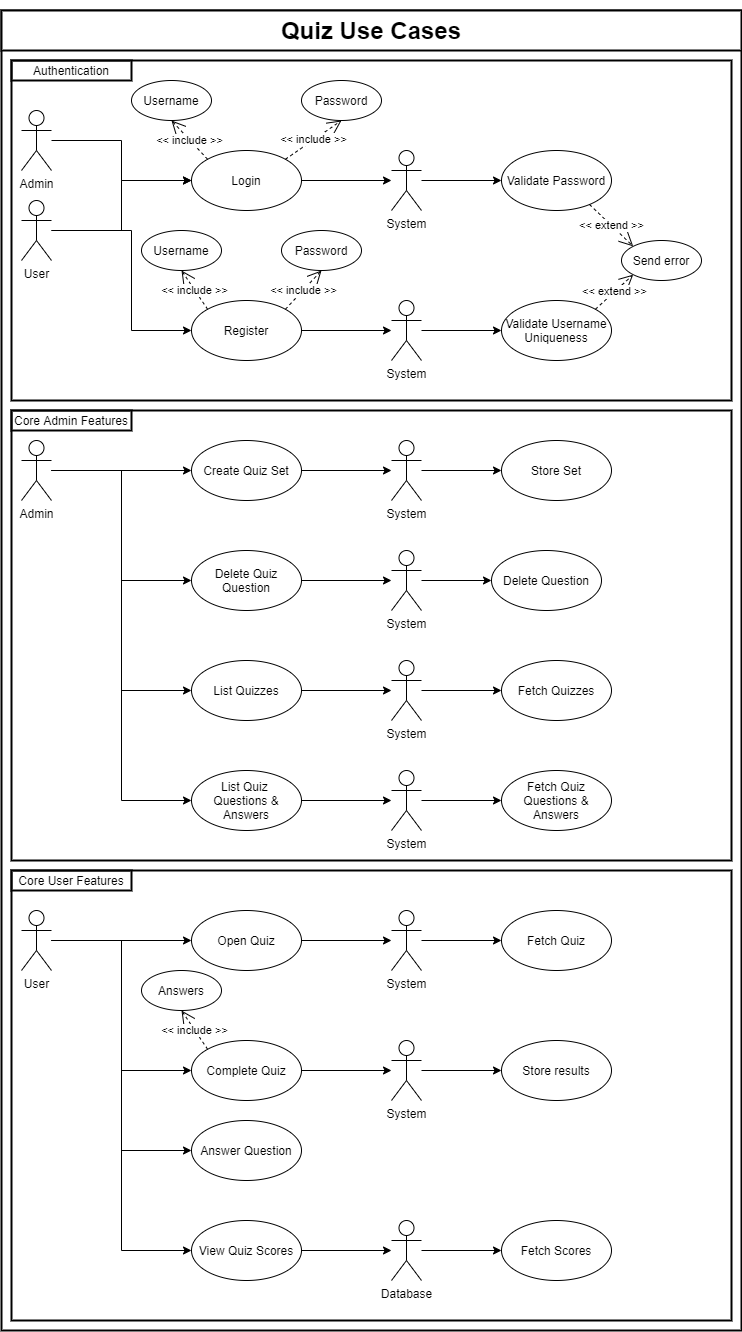
FrazzIe/ip3_coursework keeps this draw.io diagram as documentation/use case diagram.png. Above is the earlier version. Source tidied: cells renumbered, new cells last; positions are measured from the earlier drawing's top-left corner, leaving out a move shared by most shapes.
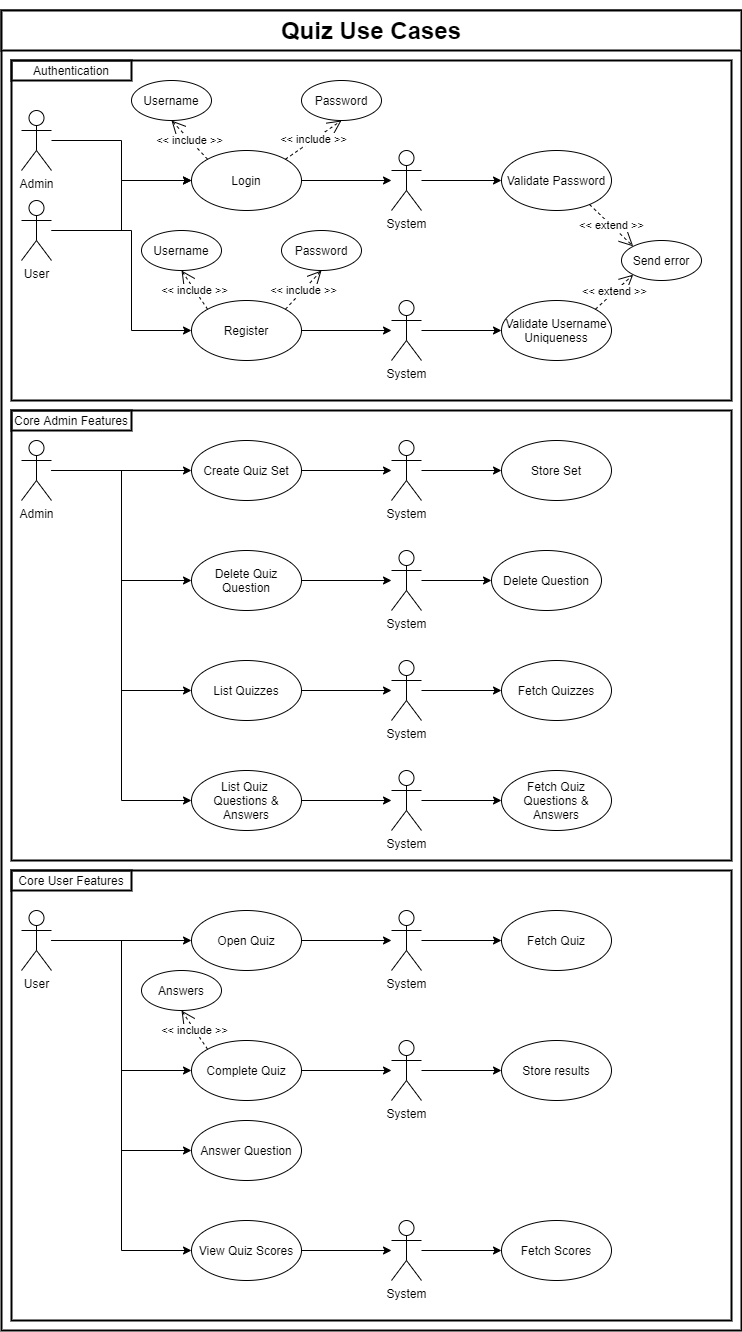
The same file after the commit.

Change to the diagram source:
```diff
@@ -195,7 +195,7 @@
     <mxCell id="62" style="edgeStyle=orthogonalEdgeStyle;rounded=0;jettySize=auto;html=1;entryX=0;entryY=0.5;entryDx=0;entryDy=0;" parent="1" edge="1" source="63" target="64">
       <mxGeometry relative="1" as="geometry" />
     </mxCell>
-    <mxCell id="63" value="Database" style="shape=umlActor;verticalLabelPosition=bottom;verticalAlign=top;html=1;" parent="1" vertex="1">
+    <mxCell id="63" value="System" style="shape=umlActor;verticalLabelPosition=bottom;verticalAlign=top;html=1;" parent="1" vertex="1">
       <mxGeometry x="390" y="1210" width="30" height="60" as="geometry" />
     </mxCell>
     <mxCell id="64" value="Fetch Scores" style="ellipse;whiteSpace=wrap;html=1;" parent="1" vertex="1">
```
